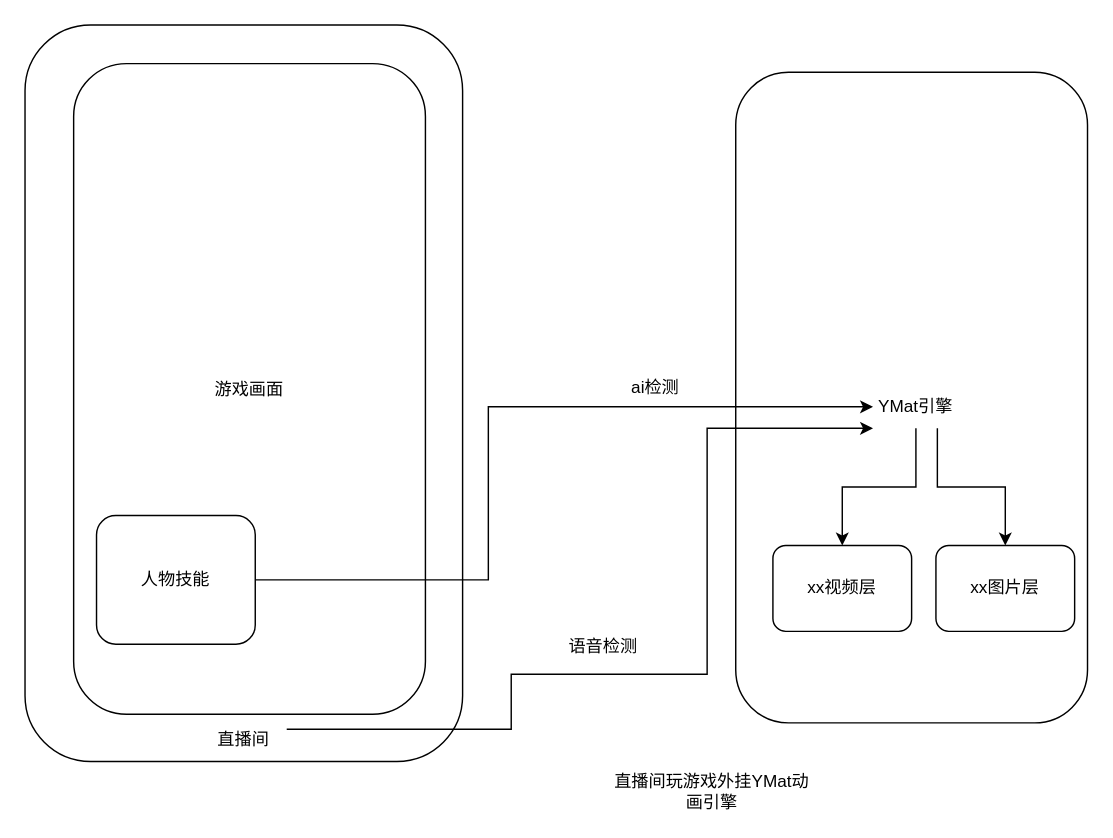
Before: page "第 3 页" (3 of 4) of 游戏动效强化方法.drawio in cangwang/Canvas, a draw.io diagram. Source tidied: cells renumbered, new cells numbered last; positions are measured from the earlier drawing's top-left corner, leaving out a move shared by most shapes. Both pictures are drawn from the tidied source at 143%, with x=0, y=0 at pixel (24, 24).
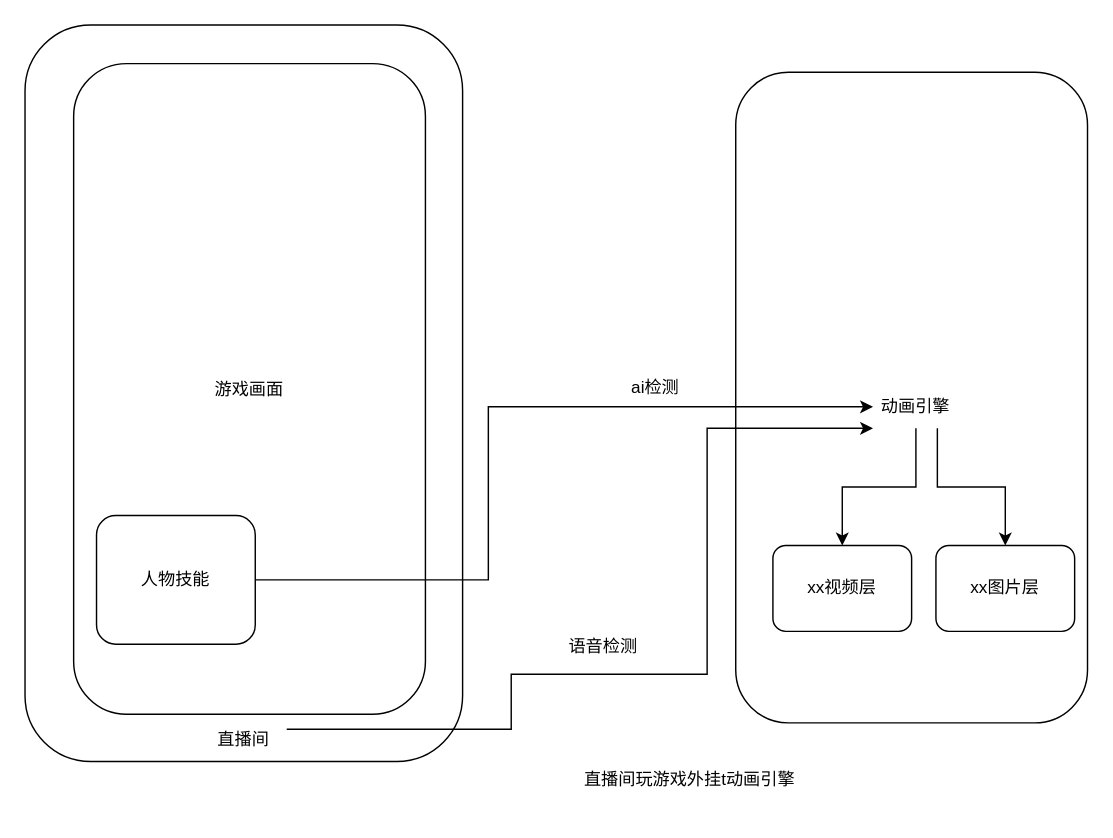
The same diagram, later.

Diff of the diagram source:
```diff
@@
-    <mxCell id="10" value="YMat引擎" style="text;html=1;align=center;verticalAlign=middle;whiteSpace=wrap;rounded=0;" parent="1" vertex="1">
+    <mxCell id="10" value="动画引擎" style="text;html=1;align=center;verticalAlign=middle;whiteSpace=wrap;rounded=0;" parent="1" vertex="1">
       <mxGeometry x="593" y="252" width="60" height="30" as="geometry" />
     </mxCell>
@@
-    <mxCell id="12" value="直播间玩游戏外挂YMat动画引擎" style="text;html=1;align=center;verticalAlign=middle;whiteSpace=wrap;rounded=0;" parent="1" vertex="1">
-      <mxGeometry x="411" y="521" width="139" height="30" as="geometry" />
+    <mxCell id="12" value="直播间玩游戏外挂t动画引擎" style="text;html=1;align=center;verticalAlign=middle;whiteSpace=wrap;rounded=0;" parent="1" vertex="1">
+      <mxGeometry x="367" y="513" width="196" height="30" as="geometry" />
     </mxCell>
```
